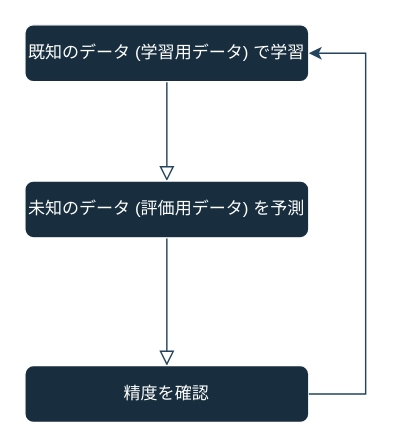
unihitsuji/draw.io keeps this draw.io diagram as sup/scikit-learn/flow1.drawio. Above is the earlier version. Source tidied: cells renumbered, new cells numbered last; positions are measured from the earlier drawing's top-left corner, leaving out a move shared by most shapes. Both pictures are drawn from the tidied source at 142%, with x=0, y=0 at pixel (24, 24).
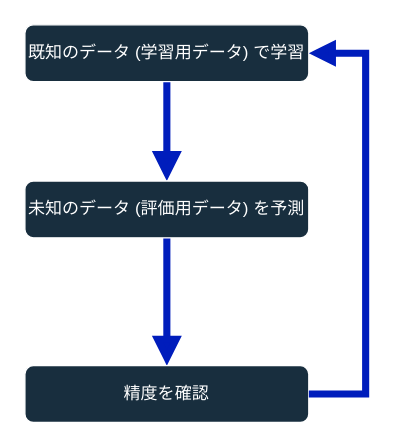
The same page after the edit.

Commit message:
flow1.drawio を更新します

Diff of the diagram source:
```diff
@@
 <mxGraphModel>
   <root>
     <mxCell id="0" />
     <mxCell id="1" parent="0" />
-    <mxCell id="2" style="rounded=1;html=1;jettySize=auto;fontSize=11;endArrow=block;endFill=0;endSize=8;strokeWidth=1;shadow=0;labelBackgroundColor=none;edgeStyle=orthogonalEdgeStyle;entryX=0.5;entryY=0;entryDx=0;entryDy=0;strokeColor=#23445D;fontColor=default;" parent="1" edge="1" source="3" target="6">
+    <mxCell id="2" style="rounded=1;html=1;jettySize=auto;fontSize=11;endArrow=block;endFill=1;endSize=8;strokeWidth=5;shadow=0;labelBackgroundColor=none;edgeStyle=orthogonalEdgeStyle;entryX=0.5;entryY=0;entryDx=0;entryDy=0;fontColor=default;fillColor=#0050ef;strokeColor=#001DBC;" parent="1" edge="1" source="3" target="6">
       <mxGeometry relative="1" as="geometry" />
     </mxCell>
     <mxCell id="3" value="既知のデータ (学習用データ) で学習" style="rounded=1;whiteSpace=wrap;html=1;fontSize=12;glass=0;strokeWidth=1;shadow=0;labelBackgroundColor=none;fillColor=#182E3E;strokeColor=#FFFFFF;fontColor=#FFFFFF;" parent="1" vertex="1">
       <mxGeometry width="200" height="40" as="geometry" />
     </mxCell>
-    <mxCell id="4" style="rounded=1;html=1;jettySize=auto;fontSize=11;endArrow=block;endFill=0;endSize=8;strokeWidth=1;shadow=0;labelBackgroundColor=none;edgeStyle=orthogonalEdgeStyle;exitX=0.5;exitY=1;exitDx=0;exitDy=0;strokeColor=#23445D;fontColor=default;" parent="1" edge="1" source="6" target="5">
+    <mxCell id="4" style="rounded=1;html=1;jettySize=auto;fontSize=11;endArrow=block;endFill=1;endSize=8;strokeWidth=5;shadow=0;labelBackgroundColor=none;edgeStyle=orthogonalEdgeStyle;exitX=0.5;exitY=1;exitDx=0;exitDy=0;strokeColor=#001DBC;fontColor=default;fillColor=#0050ef;" parent="1" edge="1" source="6" target="5">
       <mxGeometry x="0.33" y="20" relative="1" as="geometry" />
     </mxCell>
     <mxCell id="5" value="精度を確認" style="rounded=1;whiteSpace=wrap;html=1;fontSize=12;glass=0;strokeWidth=1;shadow=0;labelBackgroundColor=none;fillColor=#182E3E;strokeColor=#FFFFFF;fontColor=#FFFFFF;" parent="1" vertex="1">
       <mxGeometry y="240" width="200" height="40" as="geometry" />
     </mxCell>
     <mxCell id="6" value="未知のデータ (評価用データ) を予測" style="rounded=1;whiteSpace=wrap;html=1;fontSize=12;glass=0;strokeWidth=1;shadow=0;labelBackgroundColor=none;fillColor=#182E3E;strokeColor=#FFFFFF;fontColor=#FFFFFF;" parent="1" vertex="1">
       <mxGeometry y="110" width="200" height="40" as="geometry" />
     </mxCell>
-    <mxCell id="7" style="endArrow=classic;html=1;rounded=0;strokeColor=#23445D;exitX=1;exitY=0.5;exitDx=0;exitDy=0;entryX=1;entryY=0.5;entryDx=0;entryDy=0;" parent="1" edge="1" source="5" target="3">
+    <mxCell id="7" style="endArrow=block;html=1;rounded=0;strokeColor=#001DBC;exitX=1;exitY=0.5;exitDx=0;exitDy=0;entryX=1;entryY=0.5;entryDx=0;entryDy=0;strokeWidth=5;endFill=1;fillColor=#0050ef;" parent="1" edge="1" source="5" target="3">
       <mxGeometry relative="1" as="geometry">
         <Array as="points">
           <mxPoint x="240" y="260" />
           <mxPoint x="240" y="20" />
         </Array>
       </mxGeometry>
     </mxCell>
   </root>
 </mxGraphModel>
```
